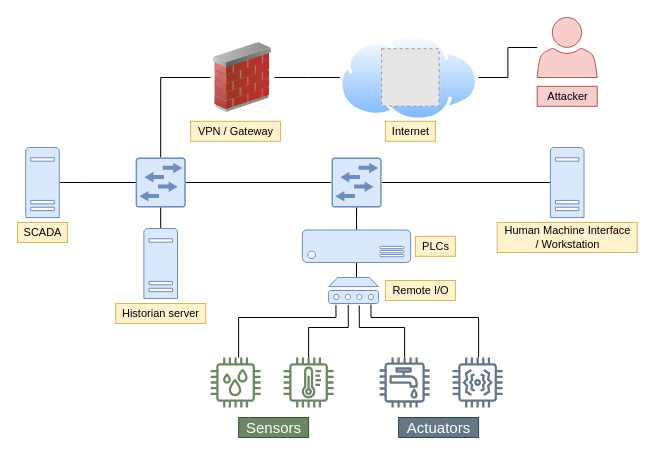
This is IMAGES/wastewater-treatment-plant-honeypot.drawio from cetic/honeypot, a draw.io file, before an edit. Source tidied: cells renumbered, new cells numbered last; positions are measured from the earlier drawing's top-left corner, leaving out a move shared by most shapes. Both pictures are drawn from the tidied source at 100%, with x=0, y=0 at pixel (17, 17). Pictures stored in the file or linked from it are replaced by grey dashed boxes.
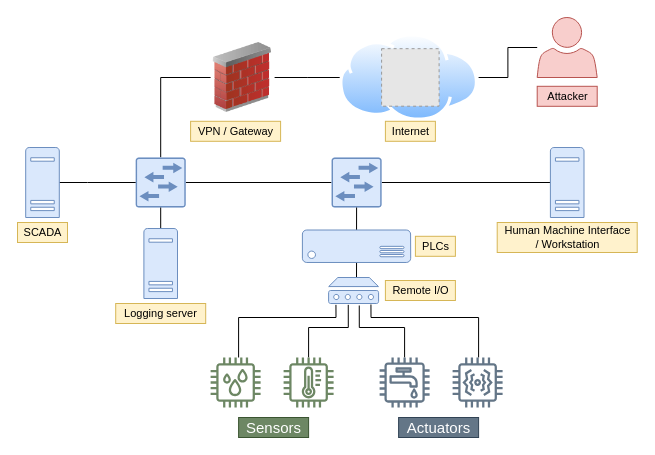
The same page after the edit.

What changed in the source:
```diff
@@
-    <mxCell id="37" value="Historian server" style="text;html=1;align=center;verticalAlign=middle;strokeColor=#d6b656;fillColor=#fff2cc;fontSize=11;" parent="1" vertex="1">
+    <mxCell id="37" value="Logging server" style="text;html=1;align=center;verticalAlign=middle;strokeColor=#d6b656;fillColor=#fff2cc;fontSize=11;" parent="1" vertex="1">
       <mxGeometry x="98.2" y="286" width="90" height="20" as="geometry" />
     </mxCell>
```
